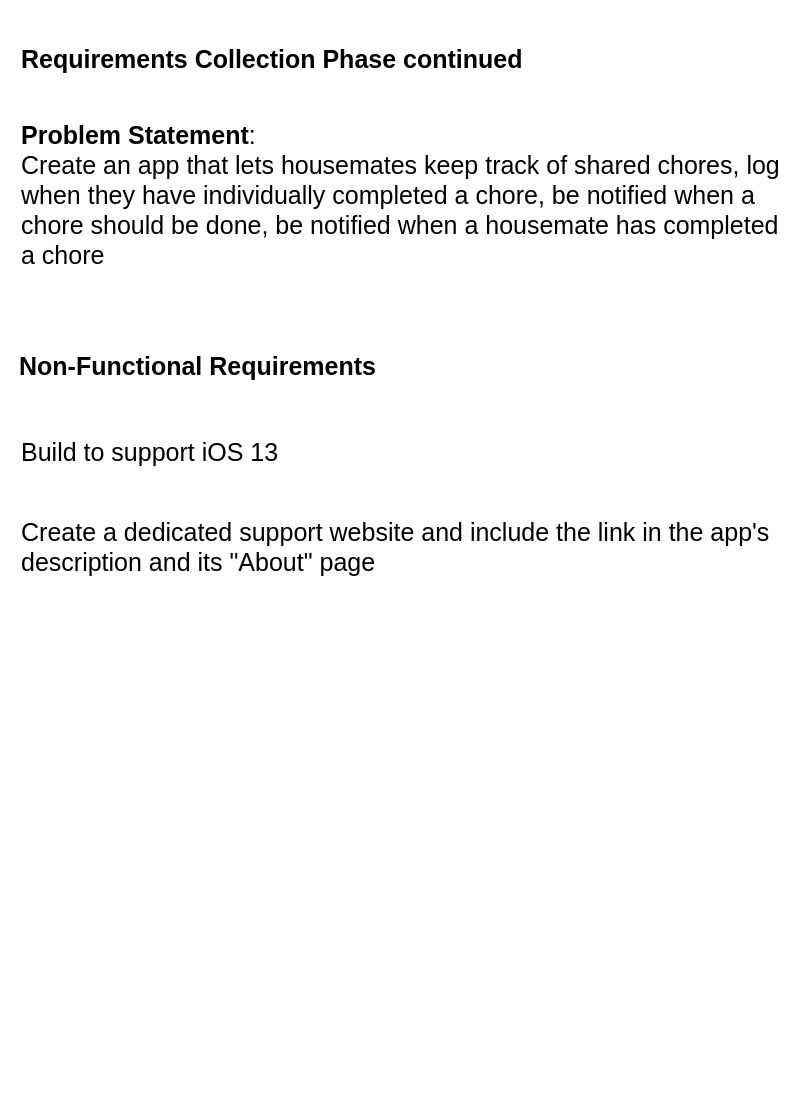
Above: page "non-functionalRequirements" (2 of 4) of diagrams/Untitled Diagram.drawio in ahspadafora/SoftwareDesign (draw.io), before the change. Source tidied: cells renumbered, new cells numbered last; positions are measured from the earlier drawing's top-left corner, leaving out a move shared by most shapes. Both pictures are drawn from the tidied source at 100%, with x=0, y=0 at pixel (17, 17).
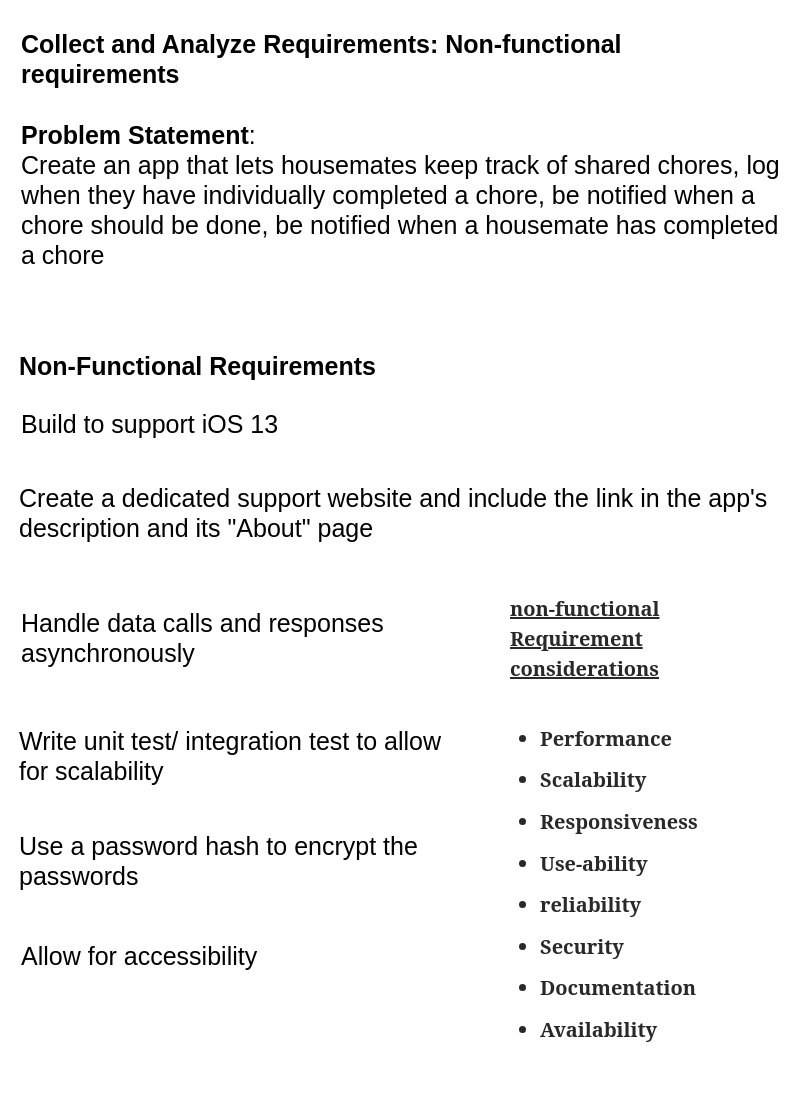
The same page after the edit.

Change to the diagram source:
```diff
@@
 <mxGraphModel>
   <root>
     <mxCell id="0" />
     <mxCell id="1" parent="0" />
-    <mxCell id="2" value="&lt;font size=&quot;1&quot;&gt;&lt;b style=&quot;font-size: 25px&quot;&gt;Requirements Collection Phase continued&lt;/b&gt;&lt;/font&gt;" style="text;html=1;strokeColor=none;fillColor=none;align=left;verticalAlign=middle;whiteSpace=wrap;rounded=0;" parent="1" vertex="1">
+    <mxCell id="2" value="&lt;b style=&quot;font-size: 25px&quot;&gt;Collect and Analyze Requirements:&lt;/b&gt;&lt;font size=&quot;1&quot;&gt;&lt;b style=&quot;font-size: 25px&quot;&gt;&amp;nbsp;Non-functional requirements&lt;/b&gt;&lt;/font&gt;" style="text;html=1;strokeColor=none;fillColor=none;align=left;verticalAlign=middle;whiteSpace=wrap;rounded=0;" parent="1" vertex="1">
       <mxGeometry x="2" width="758" height="82" as="geometry" />
     </mxCell>
     <mxCell id="3" value="&lt;b&gt;Problem Statement&lt;/b&gt;: &lt;br&gt;Create an app that lets housemates keep track of shared chores, log when they have individually completed a chore, be notified when a chore should be done, be notified when a housemate has completed a chore" style="text;html=1;strokeColor=none;fillColor=none;align=left;verticalAlign=middle;rounded=0;fontFamily=Helvetica;fontSize=25;labelPosition=center;verticalLabelPosition=middle;whiteSpace=wrap;" parent="1" vertex="1">
       <mxGeometry x="2" y="80" width="770" height="194" as="geometry" />
     </mxCell>
     <mxCell id="4" value="Non-Functional Requirements" style="text;html=1;strokeColor=none;fillColor=none;align=left;verticalAlign=middle;whiteSpace=wrap;rounded=0;fontFamily=Helvetica;fontSize=25;fontStyle=1;" parent="1" vertex="1">
       <mxGeometry y="318" width="715" height="60" as="geometry" />
     </mxCell>
-    <mxCell id="5" value="Build to support iOS 13&amp;nbsp;" style="text;html=1;strokeColor=none;fillColor=none;align=left;verticalAlign=middle;whiteSpace=wrap;rounded=0;fontFamily=Helvetica;fontSize=25;" parent="1" vertex="1">
-      <mxGeometry x="2" y="385" width="752" height="98" as="geometry" />
+    <mxCell id="5" value="Build to support iOS 13&amp;nbsp;" style="text;html=1;strokeColor=none;fillColor=none;align=left;verticalAlign=top;whiteSpace=wrap;rounded=0;fontFamily=Helvetica;fontSize=25;" parent="1" vertex="1">
+      <mxGeometry x="2" y="385" width="752" height="58" as="geometry" />
     </mxCell>
     <mxCell id="6" value="Create a dedicated support website and include the link in the app's description and its &quot;About&quot; page" style="text;html=1;strokeColor=none;fillColor=none;align=left;verticalAlign=middle;whiteSpace=wrap;rounded=0;fontFamily=Helvetica;fontSize=25;" parent="1" vertex="1">
-      <mxGeometry x="2" y="480" width="752" height="98" as="geometry" />
+      <mxGeometry y="446" width="752" height="98" as="geometry" />
     </mxCell>
+    <mxCell id="7" value="&lt;span class=&quot;ic he&quot; style=&quot;color: rgb(41 , 41 , 41) ; font-family: &amp;#34;charter&amp;#34; , &amp;#34;georgia&amp;#34; , &amp;#34;cambria&amp;#34; , &amp;#34;times new roman&amp;#34; , &amp;#34;times&amp;#34; , serif ; font-size: 20px ; letter-spacing: -0.003em ; box-sizing: inherit ; font-weight: 700&quot;&gt;&lt;u&gt;non-functional Requirement considerations&lt;/u&gt;&lt;/span&gt;&lt;br&gt;&lt;ul class=&quot;&quot; style=&quot;font-style: normal ; font-weight: normal ; letter-spacing: normal ; text-indent: 0px ; text-transform: none ; word-spacing: 0px ; text-decoration: none ; box-sizing: inherit ; margin: 0px ; padding: 0px ; list-style: none none ; color: rgba(0 , 0 , 0 , 0.8)&quot;&gt;&lt;li id=&quot;a9dc&quot; class=&quot;iy iz hd ic b id ie ih ii il ja ip jb it jc ix jd je jf jg ff&quot; style=&quot;box-sizing: inherit ; font-weight: 400 ; color: rgb(41 , 41 , 41) ; font-style: normal ; font-family: &amp;#34;charter&amp;#34; , &amp;#34;georgia&amp;#34; , &amp;#34;cambria&amp;#34; , &amp;#34;times new roman&amp;#34; , &amp;#34;times&amp;#34; , serif ; margin-bottom: -0.46em ; line-height: 28px ; letter-spacing: -0.003em ; list-style-type: disc ; margin-left: 30px ; padding-left: 0px ; font-size: 20px ; margin-top: 2.14em&quot;&gt;&lt;strong class=&quot;ic he&quot; style=&quot;box-sizing: inherit ; font-weight: 700 ; font-family: &amp;#34;charter&amp;#34; , &amp;#34;georgia&amp;#34; , &amp;#34;cambria&amp;#34; , &amp;#34;times new roman&amp;#34; , &amp;#34;times&amp;#34; , serif&quot;&gt;Performance&lt;/strong&gt;&lt;/li&gt;&lt;li id=&quot;c7b5&quot; class=&quot;iy iz hd ic b id jh ih ji il jj ip jk it jl ix jd je jf jg ff&quot; style=&quot;box-sizing: inherit ; font-weight: 400 ; color: rgb(41 , 41 , 41) ; font-style: normal ; font-family: &amp;#34;charter&amp;#34; , &amp;#34;georgia&amp;#34; , &amp;#34;cambria&amp;#34; , &amp;#34;times new roman&amp;#34; , &amp;#34;times&amp;#34; , serif ; margin-bottom: -0.46em ; line-height: 28px ; letter-spacing: -0.003em ; list-style-type: disc ; margin-left: 30px ; padding-left: 0px ; font-size: 20px ; margin-top: 1.14em&quot;&gt;&lt;strong class=&quot;ic he&quot; style=&quot;box-sizing: inherit ; font-weight: 700 ; font-family: &amp;#34;charter&amp;#34; , &amp;#34;georgia&amp;#34; , &amp;#34;cambria&amp;#34; , &amp;#34;times new roman&amp;#34; , &amp;#34;times&amp;#34; , serif&quot;&gt;Scalability&lt;/strong&gt;&lt;/li&gt;&lt;li id=&quot;5387&quot; class=&quot;iy iz hd ic b id jh ih ji il jj ip jk it jl ix jd je jf jg ff&quot; style=&quot;box-sizing: inherit ; font-weight: 400 ; color: rgb(41 , 41 , 41) ; font-style: normal ; font-family: &amp;#34;charter&amp;#34; , &amp;#34;georgia&amp;#34; , &amp;#34;cambria&amp;#34; , &amp;#34;times new roman&amp;#34; , &amp;#34;times&amp;#34; , serif ; margin-bottom: -0.46em ; line-height: 28px ; letter-spacing: -0.003em ; list-style-type: disc ; margin-left: 30px ; padding-left: 0px ; font-size: 20px ; margin-top: 1.14em&quot;&gt;&lt;strong class=&quot;ic he&quot; style=&quot;box-sizing: inherit ; font-weight: 700 ; font-family: &amp;#34;charter&amp;#34; , &amp;#34;georgia&amp;#34; , &amp;#34;cambria&amp;#34; , &amp;#34;times new roman&amp;#34; , &amp;#34;times&amp;#34; , serif&quot;&gt;Responsiveness&lt;/strong&gt;&lt;/li&gt;&lt;li id=&quot;3663&quot; class=&quot;iy iz hd ic b id jh ih ji il jj ip jk it jl ix jd je jf jg ff&quot; style=&quot;box-sizing: inherit ; font-weight: 400 ; color: rgb(41 , 41 , 41) ; font-style: normal ; font-family: &amp;#34;charter&amp;#34; , &amp;#34;georgia&amp;#34; , &amp;#34;cambria&amp;#34; , &amp;#34;times new roman&amp;#34; , &amp;#34;times&amp;#34; , serif ; margin-bottom: -0.46em ; line-height: 28px ; letter-spacing: -0.003em ; list-style-type: disc ; margin-left: 30px ; padding-left: 0px ; font-size: 20px ; margin-top: 1.14em&quot;&gt;&lt;strong class=&quot;ic he&quot; style=&quot;box-sizing: inherit ; font-weight: 700 ; font-family: &amp;#34;charter&amp;#34; , &amp;#34;georgia&amp;#34; , &amp;#34;cambria&amp;#34; , &amp;#34;times new roman&amp;#34; , &amp;#34;times&amp;#34; , serif&quot;&gt;Use-ability&lt;/strong&gt;&lt;/li&gt;&lt;li id=&quot;6eec&quot; class=&quot;iy iz hd ic b id jh ih ji il jj ip jk it jl ix jd je jf jg ff&quot; style=&quot;box-sizing: inherit ; font-weight: 400 ; color: rgb(41 , 41 , 41) ; font-style: normal ; font-family: &amp;#34;charter&amp;#34; , &amp;#34;georgia&amp;#34; , &amp;#34;cambria&amp;#34; , &amp;#34;times new roman&amp;#34; , &amp;#34;times&amp;#34; , serif ; margin-bottom: -0.46em ; line-height: 28px ; letter-spacing: -0.003em ; list-style-type: disc ; margin-left: 30px ; padding-left: 0px ; font-size: 20px ; margin-top: 1.14em&quot;&gt;&lt;strong class=&quot;ic he&quot; style=&quot;box-sizing: inherit ; font-weight: 700 ; font-family: &amp;#34;charter&amp;#34; , &amp;#34;georgia&amp;#34; , &amp;#34;cambria&amp;#34; , &amp;#34;times new roman&amp;#34; , &amp;#34;times&amp;#34; , serif&quot;&gt;reliability&lt;/strong&gt;&lt;/li&gt;&lt;li id=&quot;d888&quot; class=&quot;iy iz hd ic b id jh ih ji il jj ip jk it jl ix jd je jf jg ff&quot; style=&quot;box-sizing: inherit ; font-weight: 400 ; color: rgb(41 , 41 , 41) ; font-style: normal ; font-family: &amp;#34;charter&amp;#34; , &amp;#34;georgia&amp;#34; , &amp;#34;cambria&amp;#34; , &amp;#34;times new roman&amp;#34; , &amp;#34;times&amp;#34; , serif ; margin-bottom: -0.46em ; line-height: 28px ; letter-spacing: -0.003em ; list-style-type: disc ; margin-left: 30px ; padding-left: 0px ; font-size: 20px ; margin-top: 1.14em&quot;&gt;&lt;strong class=&quot;ic he&quot; style=&quot;box-sizing: inherit ; font-weight: 700 ; font-family: &amp;#34;charter&amp;#34; , &amp;#34;georgia&amp;#34; , &amp;#34;cambria&amp;#34; , &amp;#34;times new roman&amp;#34; , &amp;#34;times&amp;#34; , serif&quot;&gt;Security&lt;/strong&gt;&lt;/li&gt;&lt;li id=&quot;a4ab&quot; class=&quot;iy iz hd ic b id jh ih ji il jj ip jk it jl ix jd je jf jg ff&quot; style=&quot;box-sizing: inherit ; font-weight: 400 ; color: rgb(41 , 41 , 41) ; font-style: normal ; font-family: &amp;#34;charter&amp;#34; , &amp;#34;georgia&amp;#34; , &amp;#34;cambria&amp;#34; , &amp;#34;times new roman&amp;#34; , &amp;#34;times&amp;#34; , serif ; margin-bottom: -0.46em ; line-height: 28px ; letter-spacing: -0.003em ; list-style-type: disc ; margin-left: 30px ; padding-left: 0px ; font-size: 20px ; margin-top: 1.14em&quot;&gt;&lt;strong class=&quot;ic he&quot; style=&quot;box-sizing: inherit ; font-weight: 700 ; font-family: &amp;#34;charter&amp;#34; , &amp;#34;georgia&amp;#34; , &amp;#34;cambria&amp;#34; , &amp;#34;times new roman&amp;#34; , &amp;#34;times&amp;#34; , serif&quot;&gt;Documentation&lt;/strong&gt;&lt;/li&gt;&lt;li id=&quot;df69&quot; class=&quot;iy iz hd ic b id jh ih ji il jj ip jk it jl ix jd je jf jg ff&quot; style=&quot;box-sizing: inherit ; font-weight: 400 ; color: rgb(41 , 41 , 41) ; font-style: normal ; font-family: &amp;#34;charter&amp;#34; , &amp;#34;georgia&amp;#34; , &amp;#34;cambria&amp;#34; , &amp;#34;times new roman&amp;#34; , &amp;#34;times&amp;#34; , serif ; margin-bottom: -0.46em ; line-height: 28px ; letter-spacing: -0.003em ; list-style-type: disc ; margin-left: 30px ; padding-left: 0px ; font-size: 20px ; margin-top: 1.14em&quot;&gt;&lt;strong class=&quot;ic he&quot; style=&quot;box-sizing: inherit ; font-weight: 700 ; font-family: &amp;#34;charter&amp;#34; , &amp;#34;georgia&amp;#34; , &amp;#34;cambria&amp;#34; , &amp;#34;times new roman&amp;#34; , &amp;#34;times&amp;#34; , serif&quot;&gt;Availability&lt;/strong&gt;&lt;/li&gt;&lt;/ul&gt;" style="text;whiteSpace=wrap;html=1;fontSize=25;fontFamily=Helvetica;" parent="1" vertex="1">
+      <mxGeometry x="491" y="568" width="263" height="515" as="geometry" />
+    </mxCell>
+    <mxCell id="8" value="Handle data calls and responses asynchronously&amp;nbsp;" style="text;html=1;strokeColor=none;fillColor=none;align=left;verticalAlign=middle;whiteSpace=wrap;rounded=0;fontFamily=Helvetica;fontSize=25;" parent="1" vertex="1">
+      <mxGeometry x="2" y="571" width="455" height="98" as="geometry" />
+    </mxCell>
+    <mxCell id="9" value="Write unit test/ integration test to allow for scalability" style="text;html=1;strokeColor=none;fillColor=none;align=left;verticalAlign=middle;whiteSpace=wrap;rounded=0;fontFamily=Helvetica;fontSize=25;" parent="1" vertex="1">
+      <mxGeometry y="689" width="455" height="98" as="geometry" />
+    </mxCell>
+    <mxCell id="10" value="Use a password hash to encrypt the passwords" style="text;html=1;strokeColor=none;fillColor=none;align=left;verticalAlign=middle;whiteSpace=wrap;rounded=0;fontFamily=Helvetica;fontSize=25;" parent="1" vertex="1">
+      <mxGeometry y="794" width="455" height="98" as="geometry" />
+    </mxCell>
+    <mxCell id="11" value="Allow for accessibility" style="text;html=1;strokeColor=none;fillColor=none;align=left;verticalAlign=middle;whiteSpace=wrap;rounded=0;fontFamily=Helvetica;fontSize=25;" parent="1" vertex="1">
+      <mxGeometry x="2" y="889" width="455" height="98" as="geometry" />
+    </mxCell>
   </root>
 </mxGraphModel>
```
